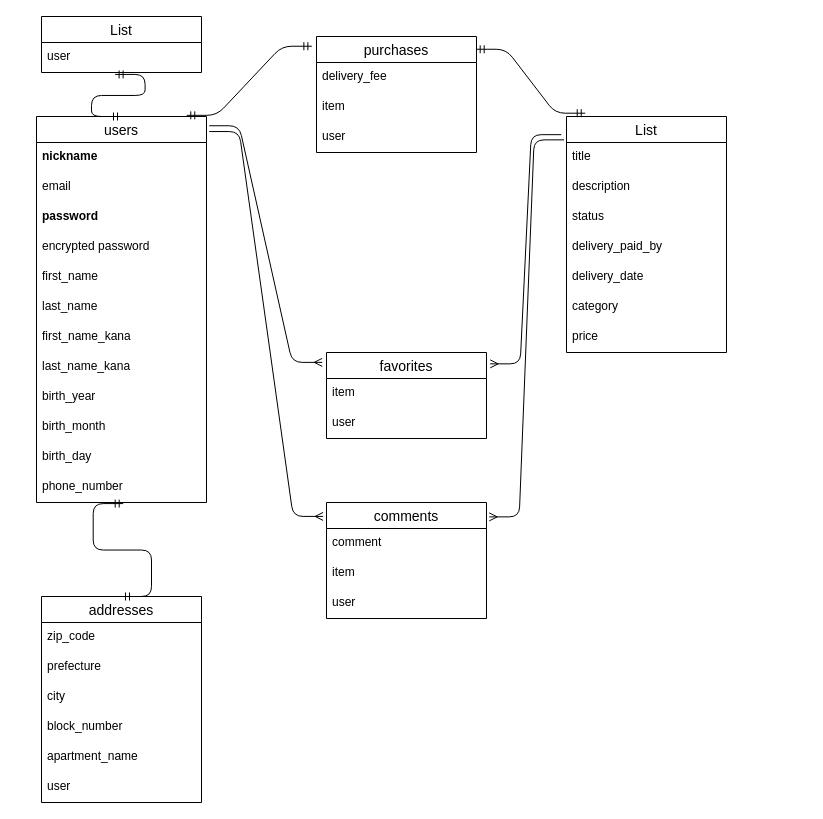
This is er.dio from yuyuyu0819/furima-38730, a draw.io file, before an edit. Source tidied: cells renumbered, new cells numbered last; positions are measured from the earlier drawing's top-left corner, leaving out a move shared by most shapes. Both pictures are drawn from the tidied source at 100%, with x=0, y=0 at pixel (36, 16).
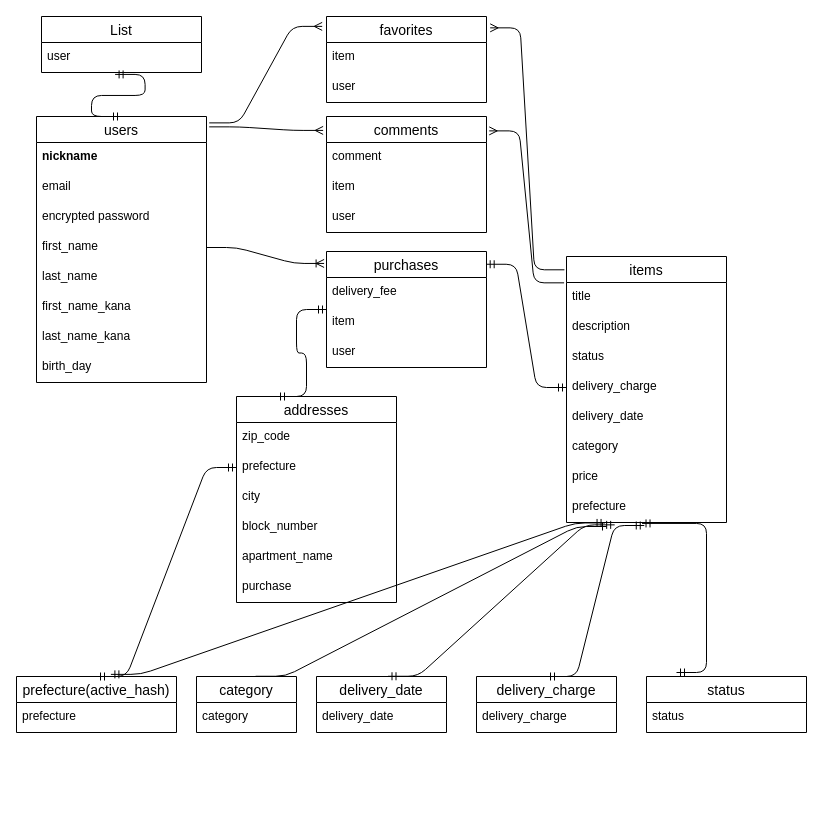
The same diagram, later.

Unchanged cells that the change refers to:
```xml
<mxCell id="38" value="prefecture" style="text;strokeColor=none;fillColor=none;spacingLeft=4;spacingRight=4;overflow=hidden;points=[[0,0.5],[1,0.5]];portConstraint=eastwest;fontSize=12;" parent="36" vertex="1">
  <mxGeometry y="56" width="160" height="30" as="geometry" />
</mxCell>
```

The edit, as a diff of the source:
```diff
@@
     <mxCell id="2" value="users" style="swimlane;fontStyle=0;horizontal=1;startSize=26;align=center;fontSize=14;" parent="1" vertex="1">
-      <mxGeometry y="100" width="170" height="386" as="geometry" />
+      <mxGeometry y="100" width="170" height="266" as="geometry" />
     </mxCell>
@@
-    <mxCell id="5" value="password" style="text;strokeColor=none;fillColor=none;spacingLeft=4;spacingRight=4;overflow=hidden;fontSize=12;fontStyle=1;" parent="2" vertex="1">
-      <mxGeometry y="86" width="170" height="30" as="geometry" />
-    </mxCell>
     <mxCell id="6" value="encrypted password" style="text;strokeColor=none;fillColor=none;spacingLeft=4;spacingRight=4;overflow=hidden;fontSize=12;" parent="2" vertex="1">
-      <mxGeometry y="116" width="170" height="30" as="geometry" />
+      <mxGeometry y="86" width="170" height="30" as="geometry" />
     </mxCell>
     <mxCell id="7" value="first_name" style="text;strokeColor=none;fillColor=none;spacingLeft=4;spacingRight=4;overflow=hidden;points=[[0,0.5],[1,0.5]];portConstraint=eastwest;fontSize=12;" parent="2" vertex="1">
-      <mxGeometry y="146" width="170" height="30" as="geometry" />
+      <mxGeometry y="116" width="170" height="30" as="geometry" />
     </mxCell>
     <mxCell id="8" value="last_name" style="text;strokeColor=none;fillColor=none;spacingLeft=4;spacingRight=4;overflow=hidden;fontSize=12;" parent="2" vertex="1">
-      <mxGeometry y="176" width="170" height="30" as="geometry" />
+      <mxGeometry y="146" width="170" height="30" as="geometry" />
     </mxCell>
     <mxCell id="9" value="first_name_kana" style="text;strokeColor=none;fillColor=none;spacingLeft=4;spacingRight=4;overflow=hidden;fontSize=12;" parent="2" vertex="1">
-      <mxGeometry y="206" width="170" height="30" as="geometry" />
+      <mxGeometry y="176" width="170" height="30" as="geometry" />
     </mxCell>
     <mxCell id="10" value="last_name_kana" style="text;strokeColor=none;fillColor=none;spacingLeft=4;spacingRight=4;overflow=hidden;fontSize=12;" parent="2" vertex="1">
-      <mxGeometry y="236" width="170" height="30" as="geometry" />
+      <mxGeometry y="206" width="170" height="30" as="geometry" />
     </mxCell>
-    <mxCell id="11" value="birth_year" style="text;strokeColor=none;fillColor=none;spacingLeft=4;spacingRight=4;overflow=hidden;fontSize=12;" parent="2" vertex="1">
-      <mxGeometry y="266" width="170" height="30" as="geometry" />
-    </mxCell>
-    <mxCell id="12" value="birth_month" style="text;strokeColor=none;fillColor=none;spacingLeft=4;spacingRight=4;overflow=hidden;fontSize=12;" parent="2" vertex="1">
-      <mxGeometry y="296" width="170" height="30" as="geometry" />
-    </mxCell>
     <mxCell id="13" value="birth_day" style="text;strokeColor=none;fillColor=none;spacingLeft=4;spacingRight=4;overflow=hidden;fontSize=12;" parent="2" vertex="1">
-      <mxGeometry y="326" width="170" height="30" as="geometry" />
+      <mxGeometry y="236" width="170" height="30" as="geometry" />
     </mxCell>
-    <mxCell id="14" value="phone_number" style="text;strokeColor=none;fillColor=none;spacingLeft=4;spacingRight=4;overflow=hidden;points=[[0,0.5],[1,0.5]];portConstraint=eastwest;fontSize=12;" parent="2" vertex="1">
-      <mxGeometry y="356" width="170" height="30" as="geometry" />
-    </mxCell>
-    <mxCell id="15" value="List" style="swimlane;fontStyle=0;horizontal=1;startSize=26;align=center;fontSize=14;" parent="1" vertex="1">
-      <mxGeometry x="530" y="100" width="160" height="236" as="geometry" />
+    <mxCell id="15" value="items" style="swimlane;fontStyle=0;horizontal=1;startSize=26;align=center;fontSize=14;" parent="1" vertex="1">
+      <mxGeometry x="530" y="240" width="160" height="266" as="geometry" />
     </mxCell>
@@
-    <mxCell id="19" value="delivery_paid_by" style="text;strokeColor=none;fillColor=none;spacingLeft=4;spacingRight=4;overflow=hidden;points=[[0,0.5],[1,0.5]];portConstraint=eastwest;fontSize=12;" parent="15" vertex="1">
+    <mxCell id="19" value="delivery_charge" style="text;strokeColor=none;fillColor=none;spacingLeft=4;spacingRight=4;overflow=hidden;points=[[0,0.5],[1,0.5]];portConstraint=eastwest;fontSize=12;" parent="15" vertex="1">
       <mxGeometry y="116" width="160" height="30" as="geometry" />
     </mxCell>
@@
+    <mxCell id="51" value="prefecture" style="text;strokeColor=none;fillColor=none;spacingLeft=4;spacingRight=4;overflow=hidden;points=[[0,0.5],[1,0.5]];portConstraint=eastwest;fontSize=12;" parent="15" vertex="1">
+      <mxGeometry y="236" width="160" height="30" as="geometry" />
+    </mxCell>
     <mxCell id="23" value="purchases" style="swimlane;fontStyle=0;horizontal=1;startSize=26;align=center;fontSize=14;" parent="1" vertex="1">
-      <mxGeometry x="280" y="20" width="160" height="116" as="geometry" />
+      <mxGeometry x="290" y="235" width="160" height="116" as="geometry" />
     </mxCell>
@@
     <mxCell id="29" value="favorites" style="swimlane;fontStyle=0;horizontal=1;startSize=26;align=center;fontSize=14;" parent="1" vertex="1">
-      <mxGeometry x="290" y="336" width="160" height="86" as="geometry" />
+      <mxGeometry x="290" width="160" height="86" as="geometry" />
     </mxCell>
@@
     <mxCell id="32" value="comments" style="swimlane;fontStyle=0;horizontal=1;startSize=26;align=center;fontSize=14;" parent="1" vertex="1">
-      <mxGeometry x="290" y="486" width="160" height="116" as="geometry" />
+      <mxGeometry x="290" y="100" width="160" height="116" as="geometry" />
     </mxCell>
@@
     <mxCell id="36" value="addresses" style="swimlane;fontStyle=0;horizontal=1;startSize=26;align=center;fontSize=14;" parent="1" vertex="1">
-      <mxGeometry x="5" y="580" width="160" height="206" as="geometry" />
+      <mxGeometry x="200" y="380" width="160" height="206" as="geometry" />
     </mxCell>
@@
-    <mxCell id="42" value="user" style="text;strokeColor=none;fillColor=none;spacingLeft=4;spacingRight=4;overflow=hidden;fontSize=12;" parent="36" vertex="1">
+    <mxCell id="42" value="purchase" style="text;strokeColor=none;fillColor=none;spacingLeft=4;spacingRight=4;overflow=hidden;fontSize=12;" parent="36" vertex="1">
       <mxGeometry y="176" width="160" height="30" as="geometry" />
     </mxCell>
@@
-    <mxCell id="44" style="edgeStyle=entityRelationEdgeStyle;fontSize=12;html=1;endArrow=ERmany;entryX=1.023;entryY=0.132;entryDx=0;entryDy=0;entryPerimeter=0;exitX=-0.033;exitY=0.077;exitDx=0;exitDy=0;exitPerimeter=0;" parent="1" edge="1" source="15" target="29">
+    <mxCell id="44" style="edgeStyle=entityRelationEdgeStyle;fontSize=12;html=1;endArrow=ERmany;entryX=1.023;entryY=0.132;entryDx=0;entryDy=0;entryPerimeter=0;exitX=-0.013;exitY=0.05;exitDx=0;exitDy=0;exitPerimeter=0;" parent="1" edge="1" source="15" target="29">
       <mxGeometry relative="1" as="geometry" />
     </mxCell>
@@
-    <mxCell id="48" style="edgeStyle=entityRelationEdgeStyle;fontSize=12;html=1;endArrow=ERmandOne;startArrow=ERmandOne;exitX=0.51;exitY=1.036;exitDx=0;exitDy=0;exitPerimeter=0;entryX=0.5;entryY=0;entryDx=0;entryDy=0;" parent="1" edge="1" source="14" target="36">
-      <mxGeometry relative="1" as="geometry" />
-    </mxCell>
-    <mxCell id="49" style="edgeStyle=entityRelationEdgeStyle;fontSize=12;html=1;endArrow=ERmandOne;startArrow=ERmandOne;exitX=0.884;exitY=-0.003;exitDx=0;exitDy=0;exitPerimeter=0;entryX=-0.029;entryY=0.084;entryDx=0;entryDy=0;entryPerimeter=0;" parent="1" edge="1" source="2" target="23">
-      <mxGeometry relative="1" as="geometry" />
-    </mxCell>
-    <mxCell id="50" style="edgeStyle=entityRelationEdgeStyle;fontSize=12;html=1;endArrow=ERmandOne;startArrow=ERmandOne;entryX=0.998;entryY=0.11;entryDx=0;entryDy=0;entryPerimeter=0;exitX=0.117;exitY=-0.014;exitDx=0;exitDy=0;exitPerimeter=0;" parent="1" edge="1" source="15" target="23">
+    <mxCell id="50" style="edgeStyle=entityRelationEdgeStyle;fontSize=12;html=1;endArrow=ERmandOne;startArrow=ERmandOne;entryX=0.998;entryY=0.11;entryDx=0;entryDy=0;entryPerimeter=0;exitX=0;exitY=0.5;exitDx=0;exitDy=0;" parent="1" edge="1" source="19" target="23">
       <mxGeometry relative="1" as="geometry" />
     </mxCell>
+    <mxCell id="52" style="edgeStyle=entityRelationEdgeStyle;fontSize=12;html=1;endArrow=ERmandOne;startArrow=ERmandOne;exitX=0.25;exitY=0;exitDx=0;exitDy=0;entryX=0;entryY=0.5;entryDx=0;entryDy=0;" parent="1" edge="1" source="36" target="23">
+      <mxGeometry relative="1" as="geometry" />
+    </mxCell>
+    <mxCell id="53" style="edgeStyle=entityRelationEdgeStyle;fontSize=12;html=1;endArrow=ERoneToMany;exitX=1;exitY=0.5;exitDx=0;exitDy=0;entryX=-0.015;entryY=0.103;entryDx=0;entryDy=0;entryPerimeter=0;" parent="1" edge="1" source="7" target="23">
+      <mxGeometry relative="1" as="geometry" />
+    </mxCell>
+    <mxCell id="54" value="prefecture(active_hash)" style="swimlane;fontStyle=0;horizontal=1;startSize=26;align=center;fontSize=14;" parent="1" vertex="1">
+      <mxGeometry x="-20" y="660" width="160" height="56" as="geometry" />
+    </mxCell>
+    <mxCell id="55" value="prefecture" style="text;strokeColor=none;fillColor=none;spacingLeft=4;spacingRight=4;overflow=hidden;fontSize=12;" parent="54" vertex="1">
+      <mxGeometry y="26" width="160" height="30" as="geometry" />
+    </mxCell>
+    <mxCell id="56" value="category" style="swimlane;fontStyle=0;horizontal=1;startSize=26;align=center;fontSize=14;" parent="1" vertex="1">
+      <mxGeometry x="160" y="660" width="100" height="56" as="geometry" />
+    </mxCell>
+    <mxCell id="57" value="category" style="text;strokeColor=none;fillColor=none;spacingLeft=4;spacingRight=4;overflow=hidden;fontSize=12;" parent="56" vertex="1">
+      <mxGeometry y="26" width="100" height="30" as="geometry" />
+    </mxCell>
+    <mxCell id="58" value="delivery_date" style="swimlane;fontStyle=0;horizontal=1;startSize=26;align=center;fontSize=14;" parent="1" vertex="1">
+      <mxGeometry x="280" y="660" width="130" height="56" as="geometry" />
+    </mxCell>
+    <mxCell id="59" value="delivery_date" style="text;strokeColor=none;fillColor=none;spacingLeft=4;spacingRight=4;overflow=hidden;fontSize=12;" parent="58" vertex="1">
+      <mxGeometry y="26" width="130" height="30" as="geometry" />
+    </mxCell>
+    <mxCell id="60" value="delivery_charge" style="swimlane;fontStyle=0;horizontal=1;startSize=26;align=center;fontSize=14;" parent="1" vertex="1">
+      <mxGeometry x="440" y="660" width="140" height="56" as="geometry" />
+    </mxCell>
+    <mxCell id="61" value="delivery_charge" style="text;strokeColor=none;fillColor=none;spacingLeft=4;spacingRight=4;overflow=hidden;fontSize=12;" parent="60" vertex="1">
+      <mxGeometry y="26" width="140" height="30" as="geometry" />
+    </mxCell>
+    <mxCell id="62" value="status" style="swimlane;fontStyle=0;horizontal=1;startSize=26;align=center;fontSize=14;" parent="1" vertex="1">
+      <mxGeometry x="610" y="660" width="160" height="56" as="geometry" />
+    </mxCell>
+    <mxCell id="63" value="status" style="text;strokeColor=none;fillColor=none;spacingLeft=4;spacingRight=4;overflow=hidden;fontSize=12;" parent="62" vertex="1">
+      <mxGeometry y="26" width="160" height="30" as="geometry" />
+    </mxCell>
+    <mxCell id="64" style="edgeStyle=entityRelationEdgeStyle;fontSize=12;html=1;endArrow=ERmandOne;startArrow=ERmandOne;entryX=0.472;entryY=1.031;entryDx=0;entryDy=0;entryPerimeter=0;" parent="62" edge="1" target="51">
+      <mxGeometry relative="1" as="geometry">
+        <mxPoint x="30" y="-4" as="sourcePoint" />
+      </mxGeometry>
+    </mxCell>
+    <mxCell id="65" style="edgeStyle=entityRelationEdgeStyle;fontSize=12;html=1;endArrow=ERmandOne;startArrow=ERmandOne;exitX=0.5;exitY=0;exitDx=0;exitDy=0;" parent="1" edge="1" source="54" target="38">
+      <mxGeometry relative="1" as="geometry" />
+    </mxCell>
+    <mxCell id="66" style="edgeStyle=entityRelationEdgeStyle;fontSize=12;html=1;endArrow=ERmandOne;startArrow=ERmandOne;entryX=0.241;entryY=1.015;entryDx=0;entryDy=0;entryPerimeter=0;exitX=0.59;exitY=-0.038;exitDx=0;exitDy=0;exitPerimeter=0;" parent="1" edge="1" source="54" target="51">
+      <mxGeometry relative="1" as="geometry" />
+    </mxCell>
+    <mxCell id="67" style="edgeStyle=entityRelationEdgeStyle;fontSize=12;html=1;endArrow=ERone;endFill=1;exitX=0.591;exitY=-0.004;exitDx=0;exitDy=0;exitPerimeter=0;" parent="1" edge="1" source="56">
+      <mxGeometry relative="1" as="geometry">
+        <mxPoint x="570" y="510" as="targetPoint" />
+      </mxGeometry>
+    </mxCell>
+    <mxCell id="68" style="edgeStyle=entityRelationEdgeStyle;fontSize=12;html=1;endArrow=ERmandOne;startArrow=ERmandOne;entryX=0.301;entryY=1.079;entryDx=0;entryDy=0;entryPerimeter=0;exitX=0.55;exitY=-0.004;exitDx=0;exitDy=0;exitPerimeter=0;" parent="1" edge="1" source="58" target="51">
+      <mxGeometry relative="1" as="geometry" />
+    </mxCell>
+    <mxCell id="69" style="edgeStyle=entityRelationEdgeStyle;fontSize=12;html=1;endArrow=ERmandOne;startArrow=ERmandOne;entryX=0.486;entryY=1.1;entryDx=0;entryDy=0;entryPerimeter=0;exitX=0.5;exitY=0;exitDx=0;exitDy=0;" parent="1" edge="1" source="60" target="51">
+      <mxGeometry relative="1" as="geometry" />
+    </mxCell>
```
